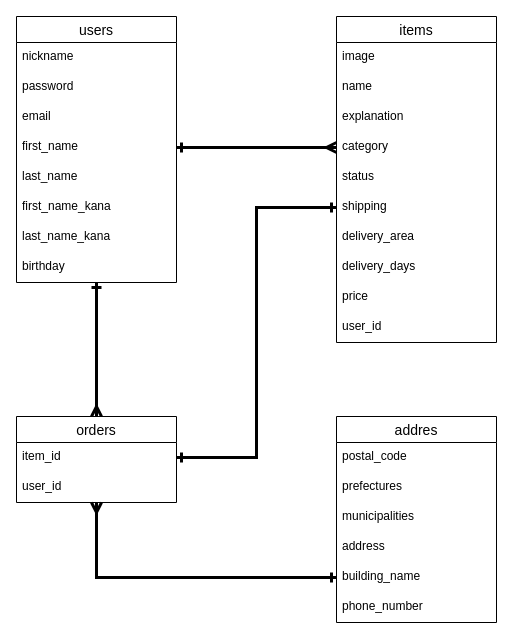
This is DB.dio from o86-r-k-nndd/furima-31050, a draw.io file, before an edit. Source tidied: cells renumbered, new cells numbered last; positions are measured from the earlier drawing's top-left corner, leaving out a move shared by most shapes. Both pictures are drawn from the tidied source at 100%, with x=0, y=0 at pixel (16, 16).
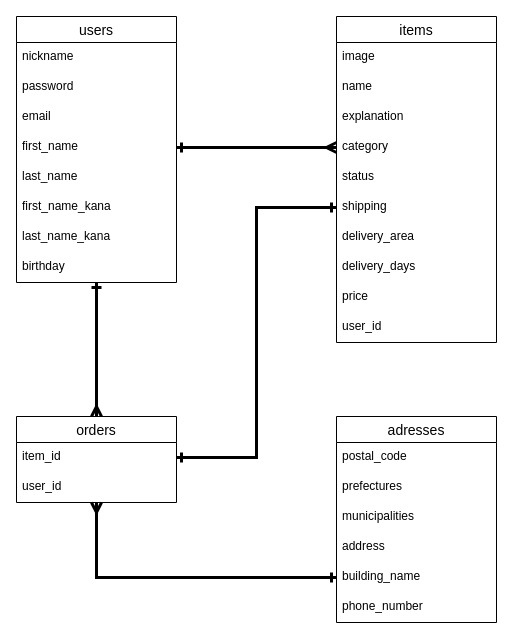
The same diagram, later.

Commit message:
スペルミス変更

Change to the diagram source:
```diff
@@
-    <mxCell id="26" value="addres" style="swimlane;fontStyle=0;horizontal=1;startSize=26;align=center;fontSize=14;" parent="1" vertex="1">
+    <mxCell id="26" value="adresses" style="swimlane;fontStyle=0;horizontal=1;startSize=26;align=center;fontSize=14;" parent="1" vertex="1">
       <mxGeometry x="320" y="400" width="160" height="206" as="geometry" />
     </mxCell>
```
